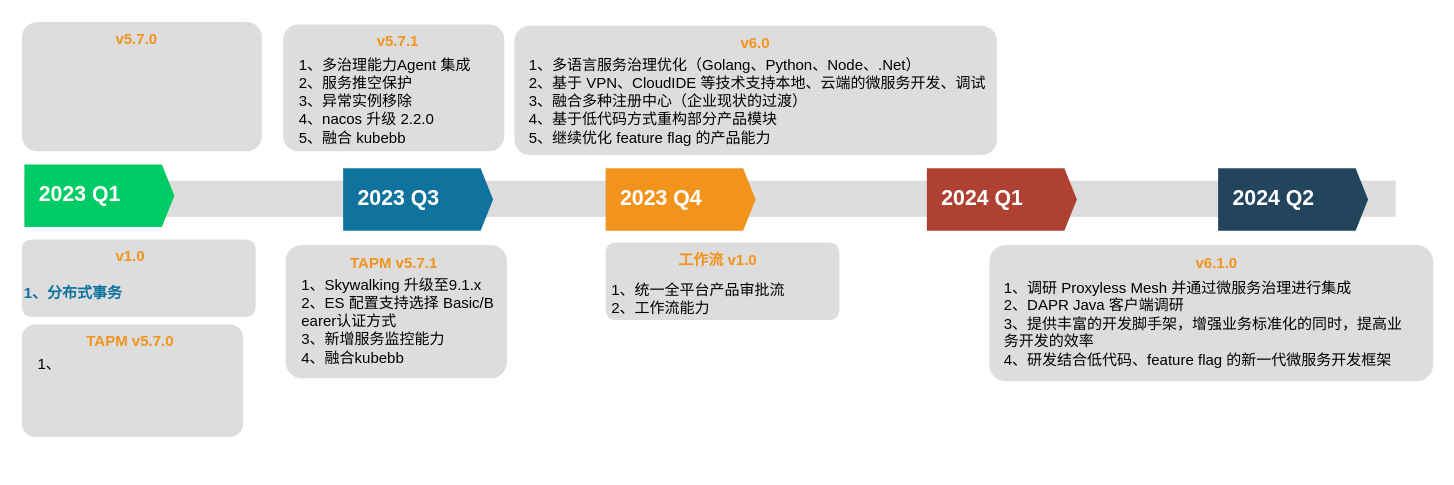
The draw.io diagram TMF-roadmap.drawio in wangjinxiu/draw.io, before the edit. Source tidied: cells renumbered, new cells numbered last; positions are measured from the earlier drawing's top-left corner, leaving out a move shared by most shapes. Both pictures are drawn from the tidied source at 125%, with x=0, y=0 at pixel (21, 21).
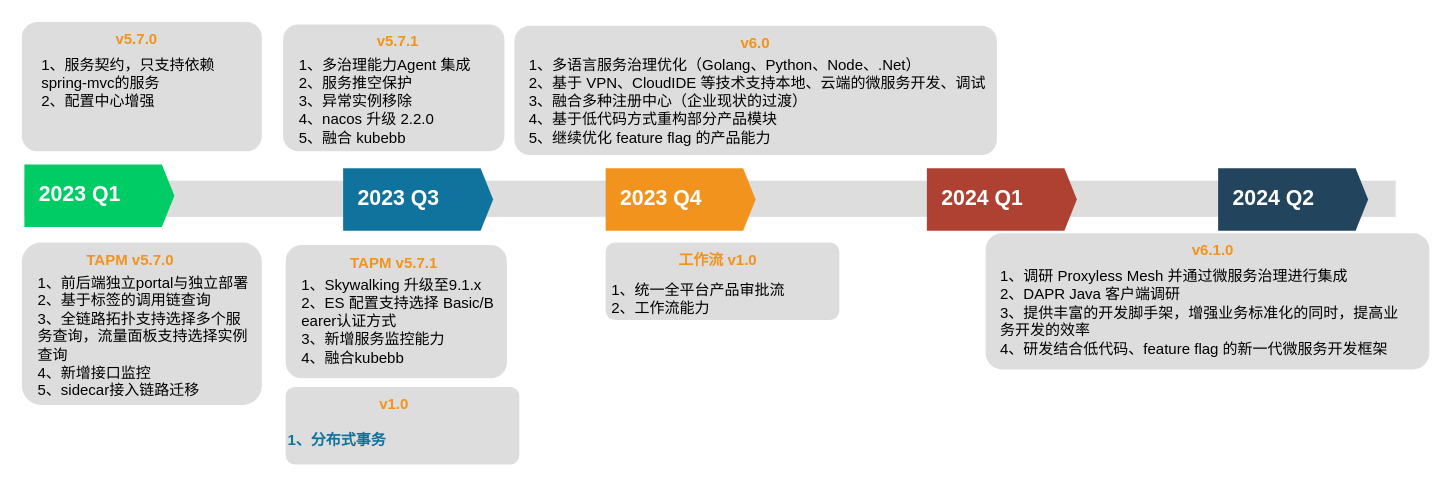
After the change.

The edit, as a diff of the source:
```diff
@@
     <mxCell id="9" value="&lt;b style=&quot;color: rgb(242 , 147 , 30)&quot;&gt;&amp;nbsp; &amp;nbsp; &amp;nbsp; &amp;nbsp; &amp;nbsp; &amp;nbsp; &amp;nbsp; &amp;nbsp; &amp;nbsp; &amp;nbsp; &amp;nbsp; &amp;nbsp; &amp;nbsp; &amp;nbsp; &amp;nbsp; &amp;nbsp; &amp;nbsp; &amp;nbsp; &amp;nbsp; &amp;nbsp; &amp;nbsp; &amp;nbsp; &amp;nbsp; &amp;nbsp; &amp;nbsp;v6.1.0&lt;/b&gt;&lt;font color=&quot;#10739e&quot;&gt;&lt;span&gt;&lt;br&gt;&lt;br&gt;&lt;/span&gt;&lt;br&gt;&lt;/font&gt;" style="rounded=1;strokeColor=none;fillColor=#DDDDDD;align=left;arcSize=12;verticalAlign=top;whiteSpace=wrap;html=1;fontSize=12;fontStyle=1;" parent="1" vertex="1">
-      <mxGeometry x="774" y="178.5" width="355" height="109" as="geometry" />
+      <mxGeometry x="771" y="169" width="355" height="109" as="geometry" />
     </mxCell>
@@
     <mxCell id="12" value="&lt;div&gt;&lt;/div&gt;&lt;div&gt;1、调研 Proxyless Mesh 并通过微服务治理进行集成&lt;/div&gt;&lt;div&gt;2、DAPR Java 客户端调研&lt;/div&gt;&lt;div&gt;3、提供丰富的开发脚手架，增强业务标准化的同时，提高业务开发的效率&lt;/div&gt;&lt;div&gt;4、研发结合低代码、feature flag 的新一代微服务开发框架&lt;/div&gt;" style="text;html=1;whiteSpace=wrap;" parent="1" vertex="1">
-      <mxGeometry x="784" y="199" width="330" height="85" as="geometry" />
+      <mxGeometry x="781" y="189.5" width="330" height="85" as="geometry" />
     </mxCell>
@@
     <mxCell id="15" value="&lt;b style=&quot;color: rgb(242 , 147 , 30)&quot;&gt;&amp;nbsp; &amp;nbsp; &amp;nbsp; &amp;nbsp; &amp;nbsp; &amp;nbsp; &amp;nbsp; &amp;nbsp; &amp;nbsp; &amp;nbsp; &amp;nbsp; v1.0&lt;/b&gt;&lt;font color=&quot;#10739e&quot;&gt;&lt;span&gt;&lt;br&gt;&lt;br&gt;&lt;/span&gt;1、分布式事务&lt;br&gt;&lt;/font&gt;" style="rounded=1;strokeColor=none;fillColor=#DDDDDD;align=left;arcSize=12;verticalAlign=top;whiteSpace=wrap;html=1;fontSize=12;fontStyle=1;" parent="1" vertex="1">
-      <mxGeometry y="174" width="187" height="62" as="geometry" />
+      <mxGeometry x="211" y="292" width="187" height="62" as="geometry" />
     </mxCell>
     <mxCell id="16" value="&lt;b style=&quot;color: rgb(242 , 147 , 30)&quot;&gt;&amp;nbsp; &amp;nbsp; &amp;nbsp; &amp;nbsp; &amp;nbsp; &amp;nbsp; &amp;nbsp; &amp;nbsp;TAPM v5.7.0&lt;/b&gt;&lt;font color=&quot;#10739e&quot;&gt;&lt;span&gt;&lt;br&gt;&lt;br&gt;&lt;/span&gt;&lt;br&gt;&lt;/font&gt;" style="rounded=1;strokeColor=none;fillColor=#DDDDDD;align=left;arcSize=12;verticalAlign=top;whiteSpace=wrap;html=1;fontSize=12;fontStyle=1;" parent="1" vertex="1">
-      <mxGeometry y="242" width="177" height="90" as="geometry" />
+      <mxGeometry y="176.5" width="192" height="130" as="geometry" />
     </mxCell>
-    <mxCell id="17" value="1、&lt;br&gt;&lt;div&gt;&lt;/div&gt;" style="text;html=1;" parent="1" vertex="1">
-      <mxGeometry x="11" y="260" width="159" height="54" as="geometry" />
+    <mxCell id="17" value="1、前后端独立portal与独立部署&lt;br&gt;2、基于标签的调用链查询&lt;br&gt;3、全链路拓扑支持选择多个服&lt;br&gt;务查询，流量面板支持选择实例&lt;br&gt;查询&lt;br&gt;4、新增接口监控&lt;br&gt;5、sidecar接入链路迁移&lt;br&gt;&lt;div&gt;&lt;/div&gt;" style="text;html=1;" parent="1" vertex="1">
+      <mxGeometry x="11" y="194.5" width="159" height="106" as="geometry" />
     </mxCell>
@@
+    <mxCell id="22" value="1、服务契约，只支持依赖&lt;br&gt;spring-mvc的服务&lt;br&gt;2、配置中心增强&lt;br&gt;&lt;div&gt;&lt;/div&gt;" style="text;html=1;" parent="1" vertex="1">
+      <mxGeometry x="14" y="21" width="159" height="54" as="geometry" />
+    </mxCell>
```
